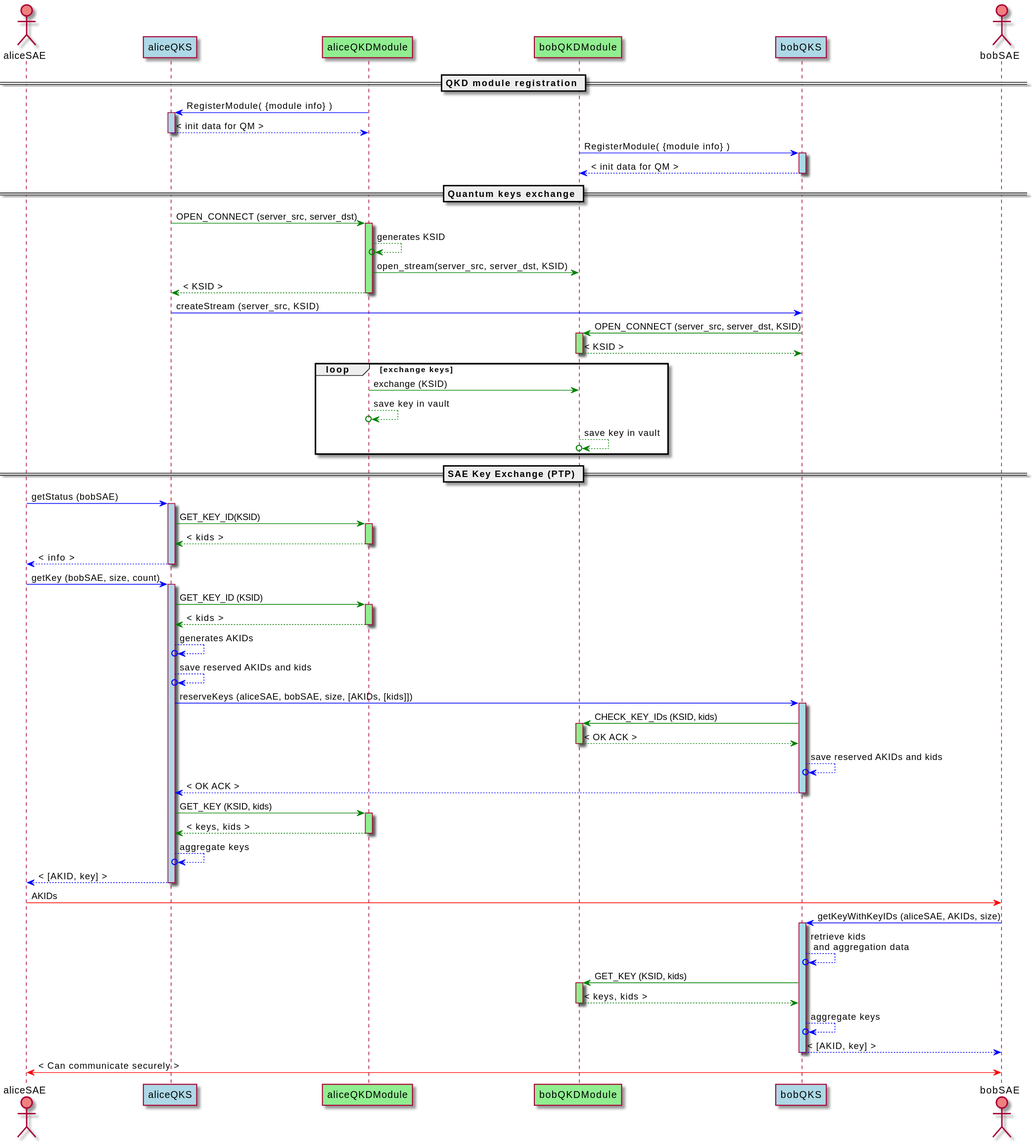
ignaziopedone/qkd-keyserver keeps this PlantUML diagram as docs/img/PTP_sequence_diagram.svg. Above is the earlier version.
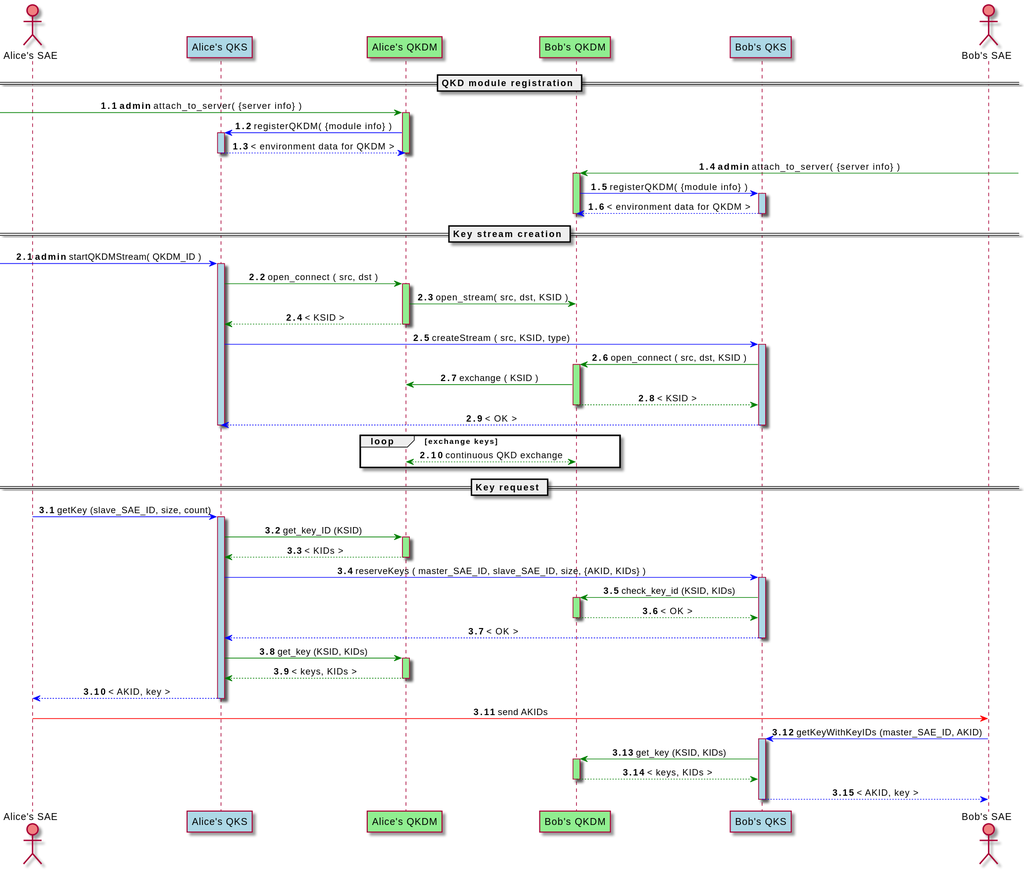
The same diagram one commit later.

Commit message:
updated sequence diagrams

The edit, as a diff of the source:
```diff
@@ -1,89 +1,59 @@
 @startuml
-actor aliceSAE as ASAE order 1 #lightCoral
-actor bobSAE as BSAE order 6 #lightCoral
-participant aliceQKS as AQKS order 2 #LightBlue
-participant bobQKS as BQKS order 5 #LightBlue
-participant aliceQKDModule as AQM order 3 #LightGreen
-participant bobQKDModule as BQM order 4 #LightGreen
+skinparam sequenceMessageAlign center
+actor "Alice's SAE" as ASAE order 2 #lightCoral
+actor "Bob's SAE" as BSAE order 7 #lightCoral
+participant "Alice's QKS" as AQKS order 3 #LightBlue
+participant "Bob's QKS" as BQKS order 6 #LightBlue
+participant "Alice's QKDM" as AQM order 4 #LightGreen
+participant "Bob's QKDM" as BQM order 5 #LightGreen
 
 == QKD module registration ==
+autonumber 1.1
+ [-[#green]> AQM ++ #LightGreen:**admin** attach_to_server( {server info} )
+AQM -[#blue]> AQKS ++ #LightBlue: registerQKDM( {module info} )
+AQKS -[#blue]-> AQM --: < environment data for QKDM >
+deactivate AQM
+BQM <[#green]-] ++ #Lightgreen: **admin** attach_to_server( {server info} )
+BQM -[#blue]> BQKS ++ #LightBlue: registerQKDM( {module info} )
+BQKS -[#blue]-> BQM --:  < environment data for QKDM >
+deactivate BQM
+
+== Key stream creation ==
+autonumber inc A
+
+[-[#blue]> AQKS ++ #lightblue: **admin** startQKDMStream( QKDM_ID )
+AQKS -[#green]> AQM ++ #lightgreen: open_connect ( src, dst )
+AQM -[#green]> BQM : open_stream(  src, dst, KSID )
+AQM --[#green]> AQKS --: < KSID >
+AQKS -[#blue]> BQKS ++ #lightblue: createStream ( src, KSID, type)
+BQKS -[#green]> BQM ++ #lightgreen: open_connect ( src, dst, KSID )
+BQM -[#green]> AQM : exchange ( KSID )
+BQM --[#green]> BQKS -- : < KSID >
+BQKS --[#blue]> AQKS -- : < OK >
+deactivate AQKS
+
+loop exchange keys
+    AQM <-[#green]-> BQM : continuous QKD exchange
+end
 
 
-AQM -[#blue]> AQKS : RegisterModule( {module info} )
-activate AQKS #LightBlue
-AQKS -[#blue]-> AQM : < init data for QM >
-deactivate AQKS
+== Key request ==
+autonumber inc A
 
-BQM -[#blue]> BQKS : RegisterModule( {module info} )
-activate BQKS #LightBlue
-BQKS -[#blue]-> BQM : < init data for QM >
-deactivate BQKS
+ASAE -[#blue]> AQKS ++ #LightBlue: getKey (slave_SAE_ID, size, count)
+AQKS -[#green]> AQM ++ #LightGreen: get_key_ID (KSID)
+AQM -[#green]->AQKS --: < KIDs >
+AQKS -[#blue]> BQKS ++ #LightBlue: reserveKeys ( master_SAE_ID, slave_SAE_ID, size, {AKID, KIDs} )
+BQKS -[#green]> BQM ++ #LightGreen: check_key_id (KSID, KIDs)
+BQM -[#green]-> BQKS -- : < OK >
+BQKS -[#blue]-> AQKS --: < OK >
+AQKS -[#green]> AQM ++ #LightGreen: get_key (KSID, KIDs)
+AQM -[#green]-> AQKS --: < keys, KIDs >
+AQKS -[#blue]-> ASAE --: < AKID, key >
 
-
-== Quantum keys exchange ==
-AQKS -[#green]> AQM : OPEN_CONNECT (server_src, server_dst)
-activate AQM #LightGreen
-AQM --[#green]>o AQM : generates KSID
-AQM -[#green]> BQM : open_stream(server_src, server_dst, KSID)
-AQM --[#green]> AQKS : < KSID >
-deactivate AQM
-AQKS -[#blue]> BQKS : createStream (server_src, KSID)
-
-BQKS -[#green]> BQM : OPEN_CONNECT (server_src, server_dst, KSID)
-activate BQM #LightGreen
-BQM --[#green]> BQKS : < KSID >
-deactivate BQM
-loop exchange keys
-    AQM -[#green]> BQM : exchange (KSID)
-    AQM --[#green]>o AQM : save key in vault
-    BQM --[#green]>o BQM : save key in vault
-end
-
-== SAE Key Exchange (PTP) ==
-ASAE -[#blue]> AQKS : getStatus (bobSAE)
-activate AQKS #LightBlue
-AQKS -[#green]> AQM : GET_KEY_ID(KSID)
-activate AQM #LightGreen
-AQM -[#green]-> AQKS : < kids >
-deactivate AQM
-AQKS -[#blue]-> ASAE : < info >
-deactivate AQKS
-
-ASAE -[#blue]> AQKS : getKey (bobSAE, size, count)
-activate AQKS #LightBlue
-AQKS -[#green]> AQM : GET_KEY_ID (KSID)
-activate AQM #LightGreen
-AQM -[#green]->AQKS : < kids >
-deactivate AQM
-AQKS -[#blue]->o AQKS : generates AKIDs
-AQKS -[#blue]->o AQKS : save reserved AKIDs and kids
-AQKS -[#blue]> BQKS : reserveKeys (aliceSAE, bobSAE, size, [AKIDs, [kids]])
-activate BQKS #LightBlue
-BQKS -[#green]> BQM : CHECK_KEY_IDs (KSID, kids)
-activate BQM #LightGreen
-BQM -[#green]-> BQKS : < OK ACK >
-deactivate BQM
-BQKS -[#blue]->o BQKS : save reserved AKIDs and kids
-BQKS -[#blue]-> AQKS : < OK ACK >
-deactivate BQKS
-
-AQKS -[#green]> AQM : GET_KEY (KSID, kids)
-activate AQM #LightGreen
-AQM -[#green]-> AQKS : < keys, kids >
-deactivate AQM
-AQKS -[#blue]->o AQKS : aggregate keys
-AQKS -[#blue]-> ASAE : < [AKID, key] >
-deactivate AQKS
-ASAE -[#red]> BSAE :  AKIDs
-BSAE -[#blue]> BQKS : getKeyWithKeyIDs (aliceSAE, AKIDs, size)
-activate BQKS #LightBlue
-BQKS -[#blue]->o BQKS : retrieve kids \n and aggregation data
-BQKS -[#green]> BQM : GET_KEY (KSID, kids)
-activate BQM #LightGreen
-BQM -[#green]-> BQKS : < keys, kids >
-deactivate BQM
-BQKS -[#blue]->o BQKS : aggregate keys
-BQKS -[#blue]-> BSAE :  < [AKID, key] >
-deactivate BQKS
-ASAE <-[#red]> BSAE: < Can communicate securely >
+ASAE -[#red]> BSAE :  send AKIDs
+BSAE -[#blue]> BQKS ++ #LightBlue: getKeyWithKeyIDs (master_SAE_ID, AKID)
+BQKS -[#green]> BQM ++ #LightGreen: get_key (KSID, KIDs)
+BQM -[#green]-> BQKS --: < keys, KIDs >
+BQKS -[#blue]-> BSAE -- :  < AKID, key >
 @enduml
```
